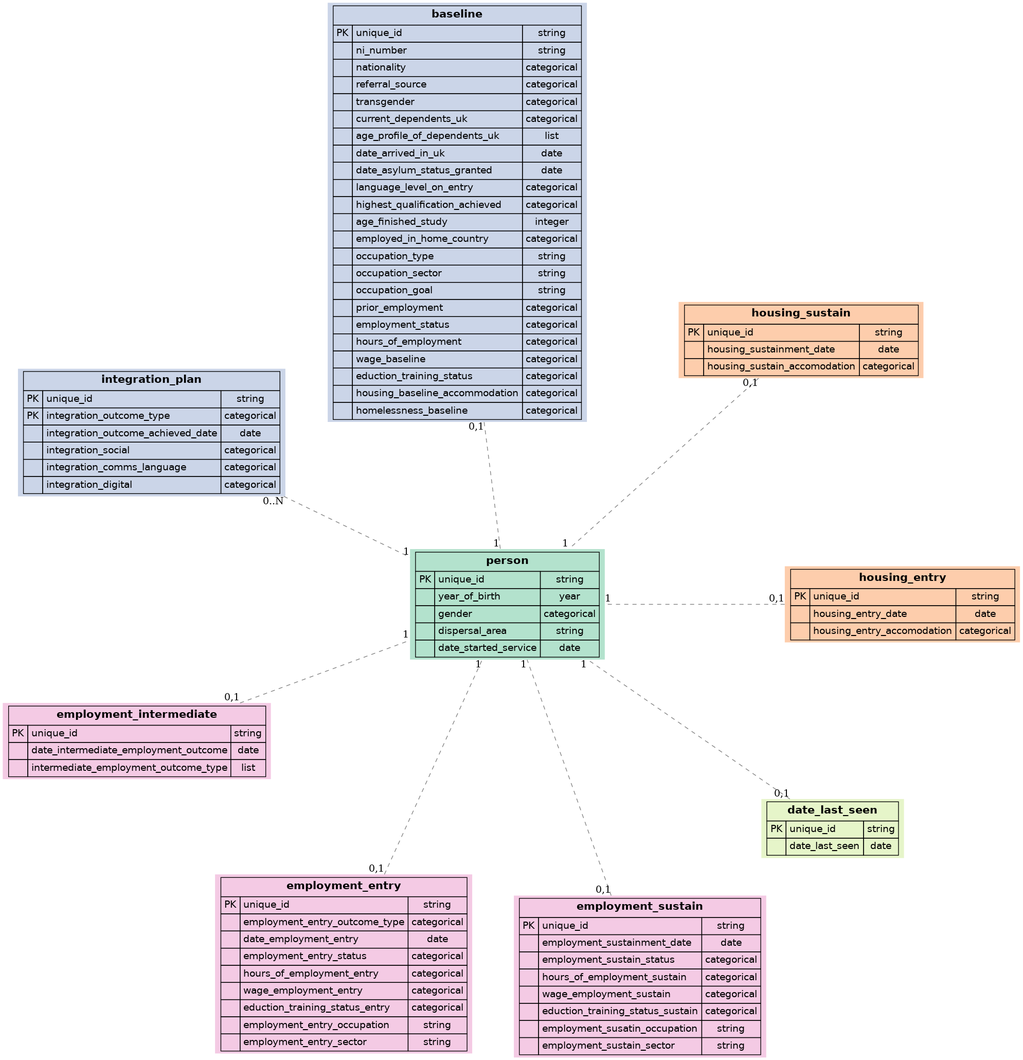
SocialFinanceDigitalLabs/RTOF-specification keeps this Graphviz diagram as assets/spec/record-relationships.png. Above is the earlier version. Its source is kept beside it as assets/spec/record-relationships.dot.
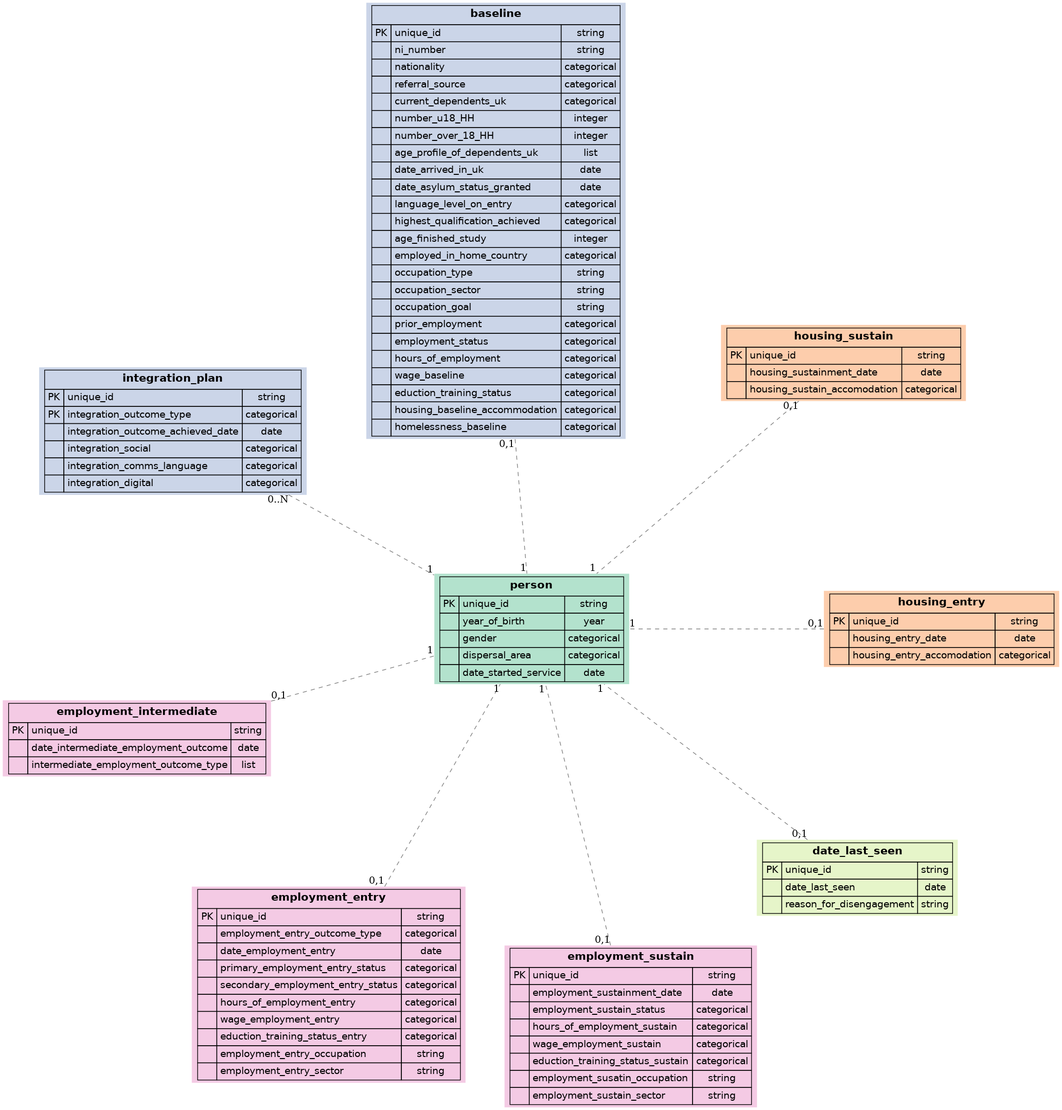
Above is the later version.

Diff of the diagram source:
```diff
@@ -34,7 +34,7 @@
         <TR>
             <TD></TD>
             <TD ALIGN="LEFT">dispersal_area</TD>
-            <TD ALIGN="CENTER">string</TD>
+            <TD ALIGN="CENTER">categorical</TD>
         </TR>
         <TR>
             <TD></TD>
@@ -123,13 +123,18 @@
         </TR>
         <TR>
             <TD></TD>
-            <TD ALIGN="LEFT">transgender</TD>
+            <TD ALIGN="LEFT">current_dependents_uk</TD>
             <TD ALIGN="CENTER">categorical</TD>
         </TR>
         <TR>
             <TD></TD>
-            <TD ALIGN="LEFT">current_dependents_uk</TD>
-            <TD ALIGN="CENTER">categorical</TD>
+            <TD ALIGN="LEFT">number_u18_HH</TD>
+            <TD ALIGN="CENTER">integer</TD>
+        </TR>
+        <TR>
+            <TD></TD>
+            <TD ALIGN="LEFT">number_over_18_HH</TD>
+            <TD ALIGN="CENTER">integer</TD>
         </TR>
         <TR>
             <TD></TD>
@@ -308,7 +313,12 @@
         </TR>
         <TR>
             <TD></TD>
-            <TD ALIGN="LEFT">employment_entry_status</TD>
+            <TD ALIGN="LEFT">primary_employment_entry_status</TD>
+            <TD ALIGN="CENTER">categorical</TD>
+        </TR>
+        <TR>
+            <TD></TD>
+            <TD ALIGN="LEFT">secondary_employment_entry_status</TD>
             <TD ALIGN="CENTER">categorical</TD>
         </TR>
         <TR>
@@ -406,6 +416,11 @@
             <TD ALIGN="LEFT">date_last_seen</TD>
             <TD ALIGN="CENTER">date</TD>
         </TR>
+        <TR>
+            <TD></TD>
+            <TD ALIGN="LEFT">reason_for_disengagement</TD>
+            <TD ALIGN="CENTER">string</TD>
+        </TR>
     </TABLE>
 </FONT>>];
 
```
